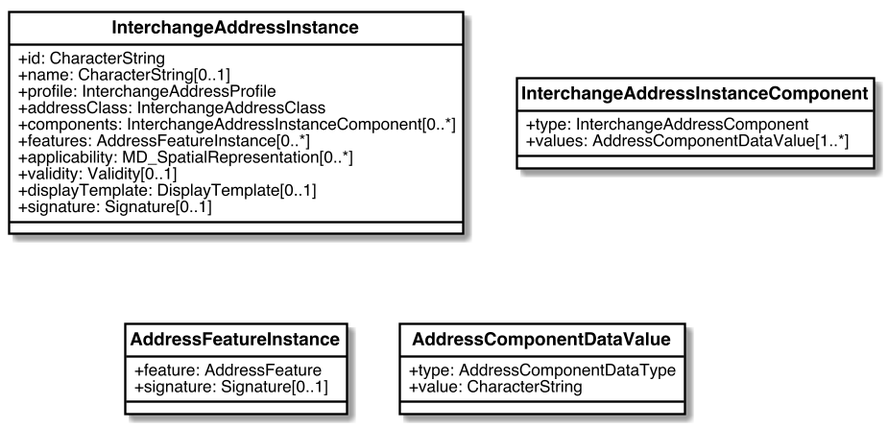
The PlantUML diagram images/AddressInstance.png in CalConnect/csd-digital-addresses, before a commit.
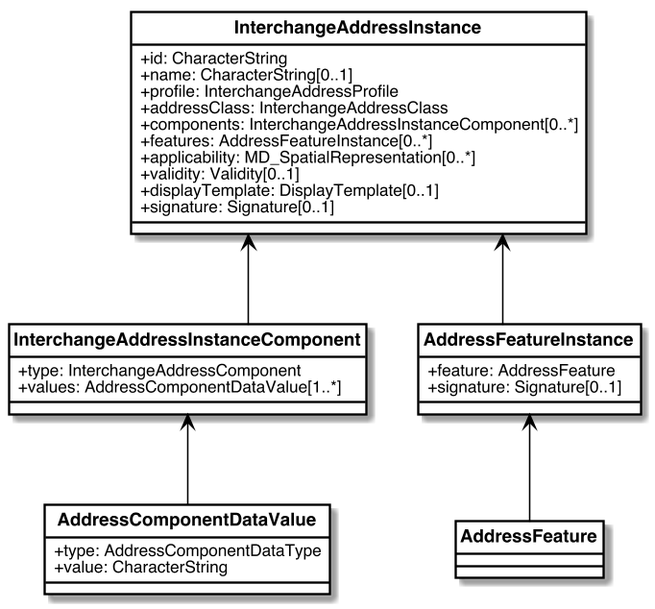
Above is the later version.

Change to the diagram source:
```diff
@@ -71,5 +71,8 @@
 
 
 
-
+InterchangeAddressInstanceComponent -up-> InterchangeAddressInstance
+AddressFeature -up-> AddressFeatureInstance
+AddressComponentDataValue -up-> InterchangeAddressInstanceComponent
+AddressFeatureInstance -up-> InterchangeAddressInstance
 @enduml
```
